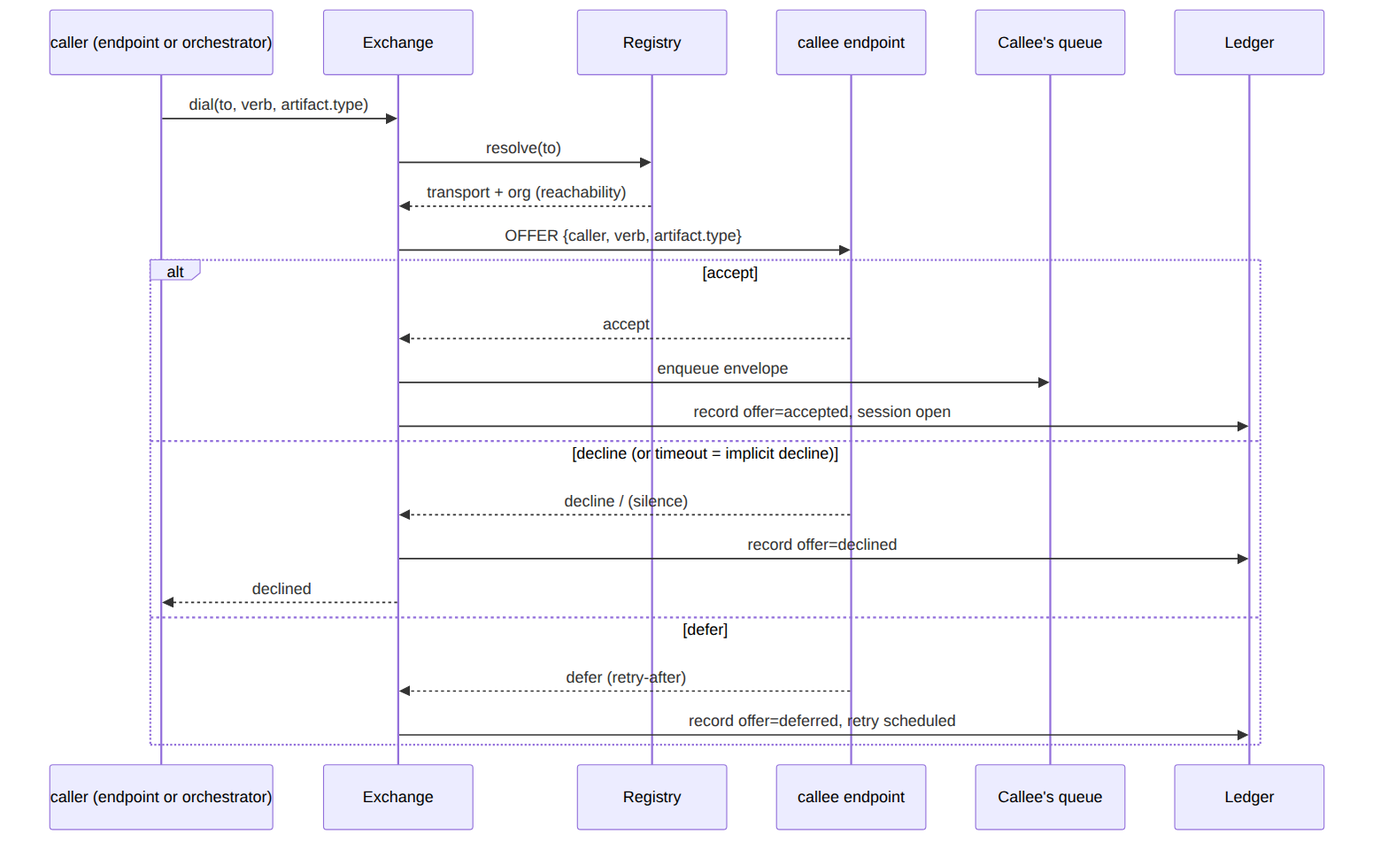
The Mermaid diagram docs/diagrams/handshake.png in Mohit5047/OpenSwitchBoard, before a commit. Its source is kept beside it as docs/diagrams/handshake.mmd.
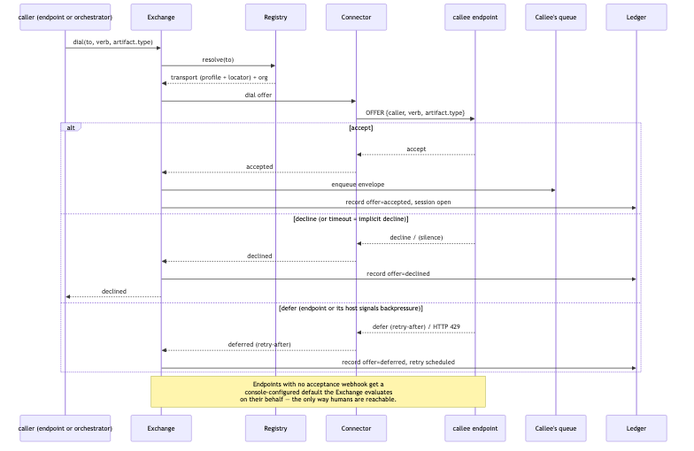
The same file after the commit.

Commit message:
Add Connector — the sixth component that reaches endpoints

The edit, as a diff of the source:
```diff
@@ -2,23 +2,30 @@
     participant Caller as caller (endpoint or orchestrator)
     participant X as Exchange
     participant R as Registry
+    participant N as Connector
     participant Callee as callee endpoint
     participant Q as Callee's queue
     participant L as Ledger
 
     Caller->>X: dial(to, verb, artifact.type)
     X->>R: resolve(to)
-    R-->>X: transport + org (reachability)
-    X->>Callee: OFFER {caller, verb, artifact.type}
+    R-->>X: transport (profile + locator) + org
+    X->>N: dial offer
+    N->>Callee: OFFER {caller, verb, artifact.type}
     alt accept
-        Callee-->>X: accept
+        Callee-->>N: accept
+        N-->>X: accepted
         X->>Q: enqueue envelope
         X->>L: record offer=accepted, session open
     else decline (or timeout = implicit decline)
-        Callee-->>X: decline / (silence)
+        Callee-->>N: decline / (silence)
+        N-->>X: declined
         X->>L: record offer=declined
         X-->>Caller: declined
-    else defer
-        Callee-->>X: defer (retry-after)
+    else defer (endpoint or its host signals backpressure)
+        Callee-->>N: defer (retry-after) / HTTP 429
+        N-->>X: deferred (retry-after)
         X->>L: record offer=deferred, retry scheduled
     end
+
+    note over X,Callee: Endpoints with no acceptance webhook get a<br/>console-configured default the Exchange evaluates<br/>on their behalf — the only way humans are reachable.
```
